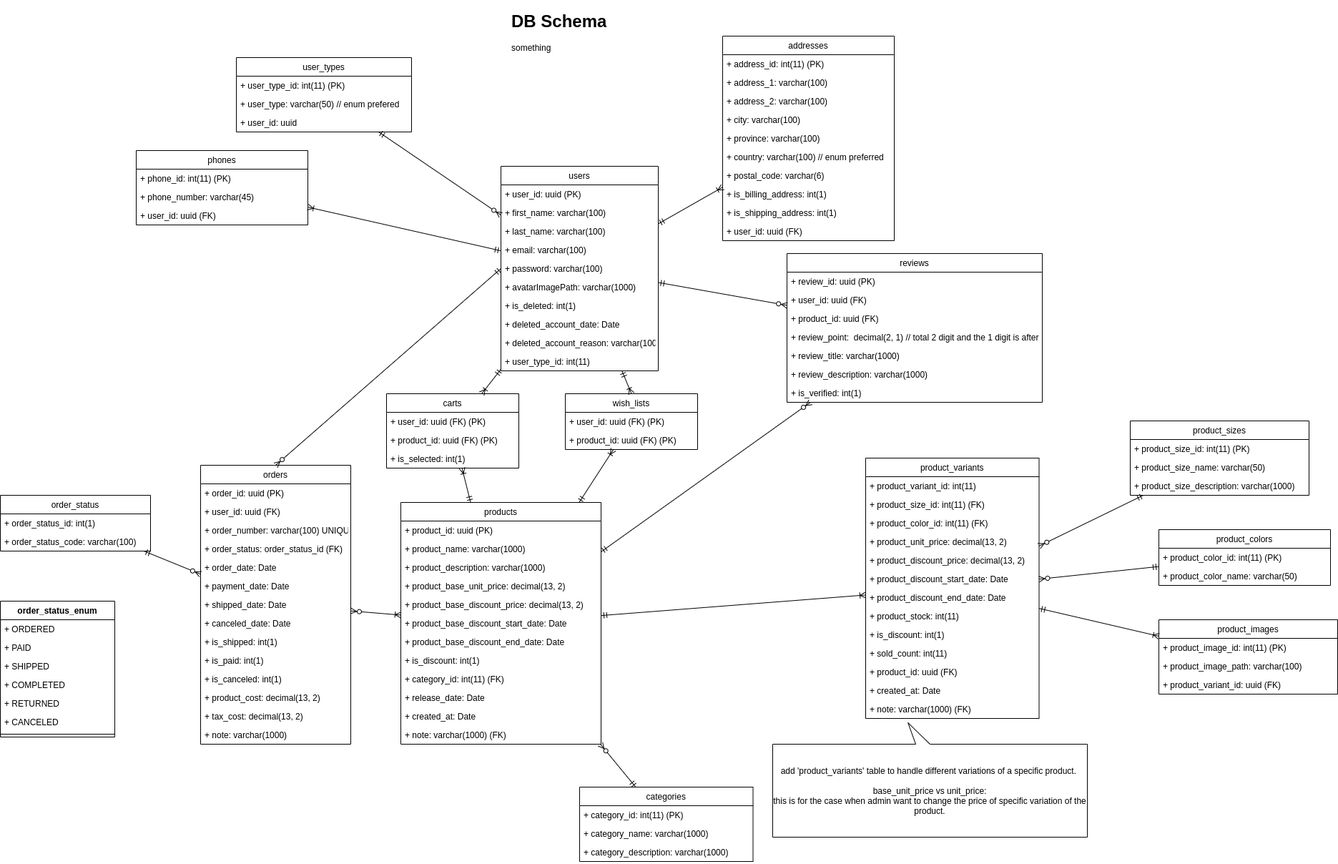
The draw.io diagram db-design.png in stsiwo/e-commerce-starter-kits, before a commit. Source tidied: cells renumbered, new cells last; positions are measured from the earlier drawing's top-left corner, leaving out a move shared by most shapes.
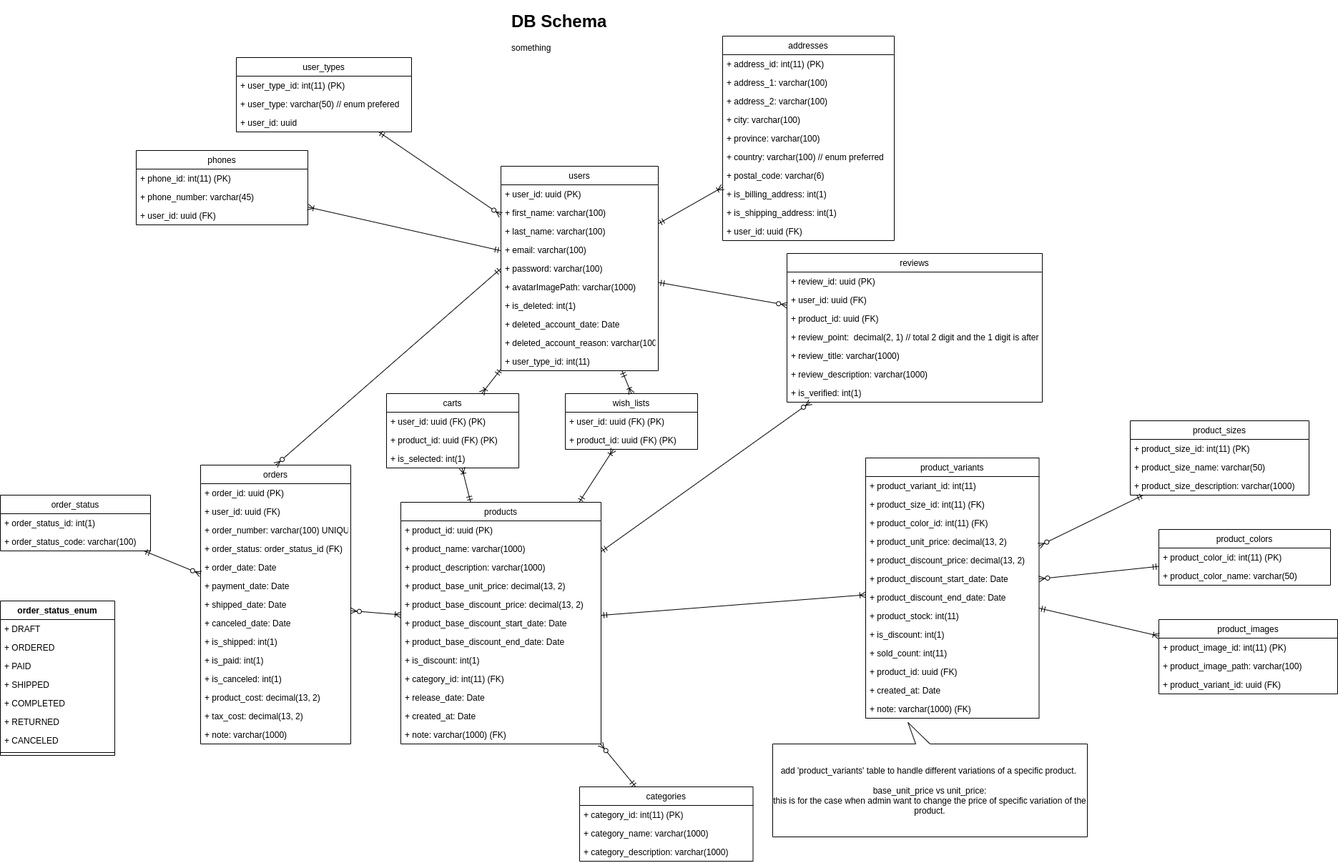
The same diagram one commit later.

Change to the diagram source:
```diff
@@ -375,28 +375,31 @@
       <mxGeometry y="78" width="185" height="26" as="geometry" />
     </mxCell>
     <mxCell id="126" value="order_status_enum" style="swimlane;fontStyle=1;align=center;verticalAlign=top;horizontal=1;startSize=26;" parent="1" vertex="1">
-      <mxGeometry y="830" width="160" height="190" as="geometry" />
+      <mxGeometry y="830" width="160" height="216" as="geometry" />
     </mxCell>
+    <mxCell id="134" value="+ DRAFT" style="text;strokeColor=none;fillColor=none;align=left;verticalAlign=top;spacingLeft=4;spacingRight=4;overflow=hidden;" parent="126" vertex="1">
+      <mxGeometry y="26" width="160" height="26" as="geometry" />
+    </mxCell>
     <mxCell id="127" value="+ ORDERED" style="text;strokeColor=none;fillColor=none;align=left;verticalAlign=top;spacingLeft=4;spacingRight=4;overflow=hidden;" parent="126" vertex="1">
-      <mxGeometry y="26" width="160" height="26" as="geometry" />
+      <mxGeometry y="52" width="160" height="26" as="geometry" />
     </mxCell>
     <mxCell id="128" value="+ PAID" style="text;strokeColor=none;fillColor=none;align=left;verticalAlign=top;spacingLeft=4;spacingRight=4;overflow=hidden;" parent="126" vertex="1">
-      <mxGeometry y="52" width="160" height="26" as="geometry" />
+      <mxGeometry y="78" width="160" height="26" as="geometry" />
     </mxCell>
     <mxCell id="129" value="+ SHIPPED" style="text;strokeColor=none;fillColor=none;align=left;verticalAlign=top;spacingLeft=4;spacingRight=4;overflow=hidden;" parent="126" vertex="1">
-      <mxGeometry y="78" width="160" height="26" as="geometry" />
+      <mxGeometry y="104" width="160" height="26" as="geometry" />
     </mxCell>
     <mxCell id="130" value="+ COMPLETED" style="text;strokeColor=none;fillColor=none;align=left;verticalAlign=top;spacingLeft=4;spacingRight=4;overflow=hidden;" parent="126" vertex="1">
-      <mxGeometry y="104" width="160" height="26" as="geometry" />
+      <mxGeometry y="130" width="160" height="26" as="geometry" />
     </mxCell>
     <mxCell id="131" value="+ RETURNED" style="text;strokeColor=none;fillColor=none;align=left;verticalAlign=top;spacingLeft=4;spacingRight=4;overflow=hidden;" parent="126" vertex="1">
-      <mxGeometry y="130" width="160" height="26" as="geometry" />
+      <mxGeometry y="156" width="160" height="26" as="geometry" />
     </mxCell>
     <mxCell id="132" value="+ CANCELED" style="text;strokeColor=none;fillColor=none;align=left;verticalAlign=top;spacingLeft=4;spacingRight=4;overflow=hidden;" parent="126" vertex="1">
-      <mxGeometry y="156" width="160" height="26" as="geometry" />
+      <mxGeometry y="182" width="160" height="26" as="geometry" />
     </mxCell>
     <mxCell id="133" style="line;strokeWidth=1;fillColor=none;align=left;verticalAlign=middle;spacingTop=-1;spacingLeft=3;spacingRight=3;labelPosition=right;" parent="126" vertex="1">
-      <mxGeometry y="182" width="160" height="8" as="geometry" />
+      <mxGeometry y="208" width="160" height="8" as="geometry" />
     </mxCell>
   </root>
 </mxGraphModel>
```
